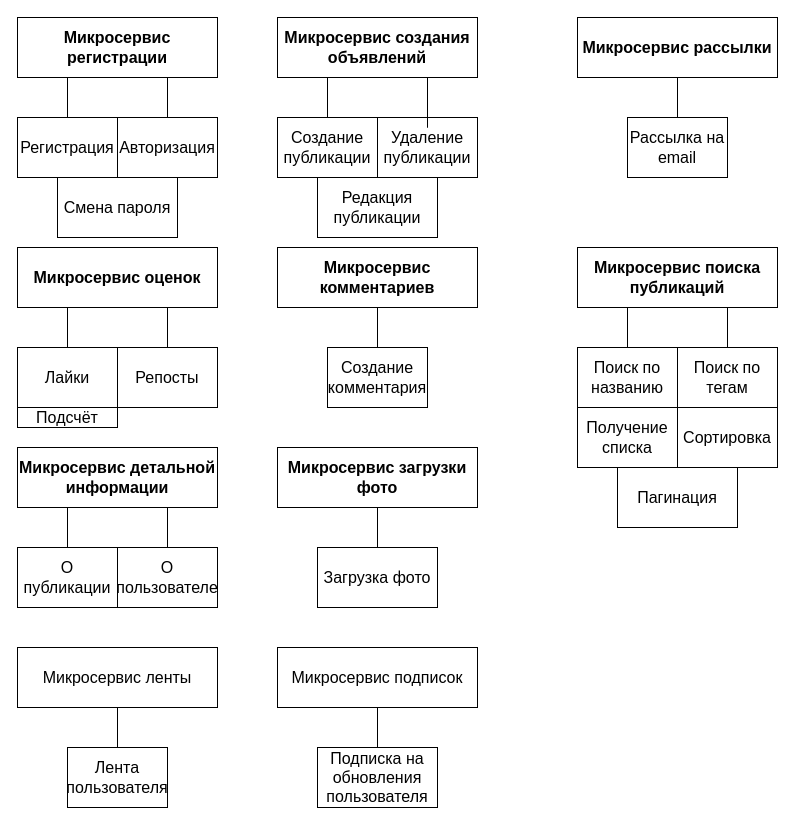
Above: specification.drawio in GeorgijSosedov/2030925-readme-2 (draw.io), before the change. Source tidied: cells renumbered, new cells numbered last; positions are measured from the earlier drawing's top-left corner, leaving out a move shared by most shapes. Both pictures are drawn from the tidied source at 100%, with x=0, y=0 at pixel (17, 17).
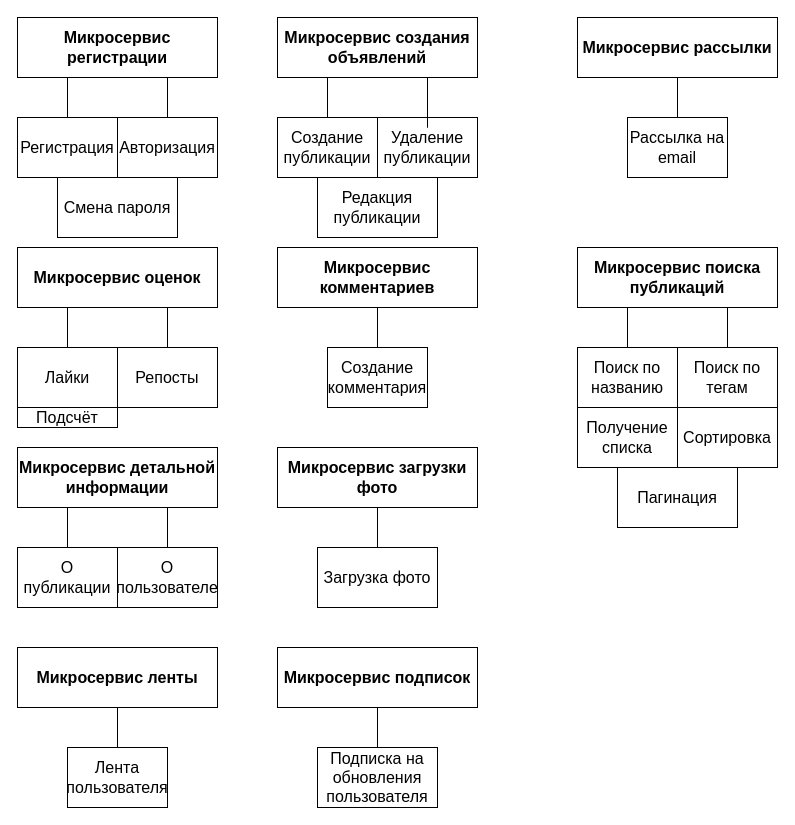
After the change.

What changed in the source:
```diff
@@
-    <mxCell id="43" value="Микросервис ленты" style="rounded=0;whiteSpace=wrap;html=1;fontSize=16;" parent="1" vertex="1">
+    <mxCell id="43" value="&lt;b&gt;Микросервис ленты&lt;/b&gt;" style="rounded=0;whiteSpace=wrap;html=1;fontSize=16;" parent="1" vertex="1">
       <mxGeometry y="630" width="200" height="60" as="geometry" />
     </mxCell>
@@
-    <mxCell id="46" value="Микросервис подписок" style="rounded=0;whiteSpace=wrap;html=1;fontSize=16;" parent="1" vertex="1">
+    <mxCell id="46" value="&lt;b&gt;Микросервис подписок&lt;/b&gt;" style="rounded=0;whiteSpace=wrap;html=1;fontSize=16;" parent="1" vertex="1">
       <mxGeometry x="260" y="630" width="200" height="60" as="geometry" />
     </mxCell>
```
